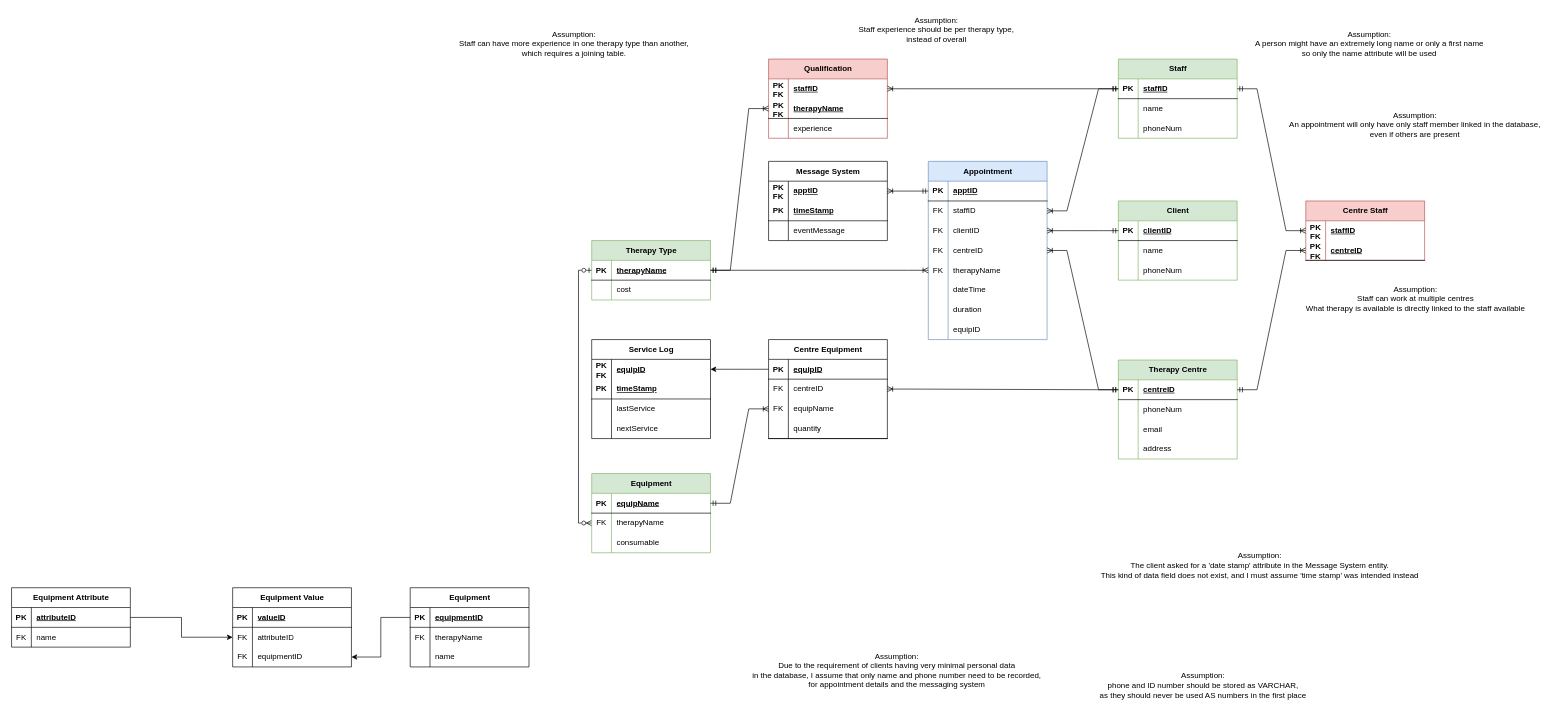
Earlier version of the draw.io diagram Task3a.drawio (Cowsox/Cowsox). Source tidied: cells renumbered, new cells numbered last; positions are measured from the earlier drawing's top-left corner, leaving out a move shared by most shapes. Both pictures are drawn from the tidied source at 66%, with x=0, y=0 at pixel (11, 11).
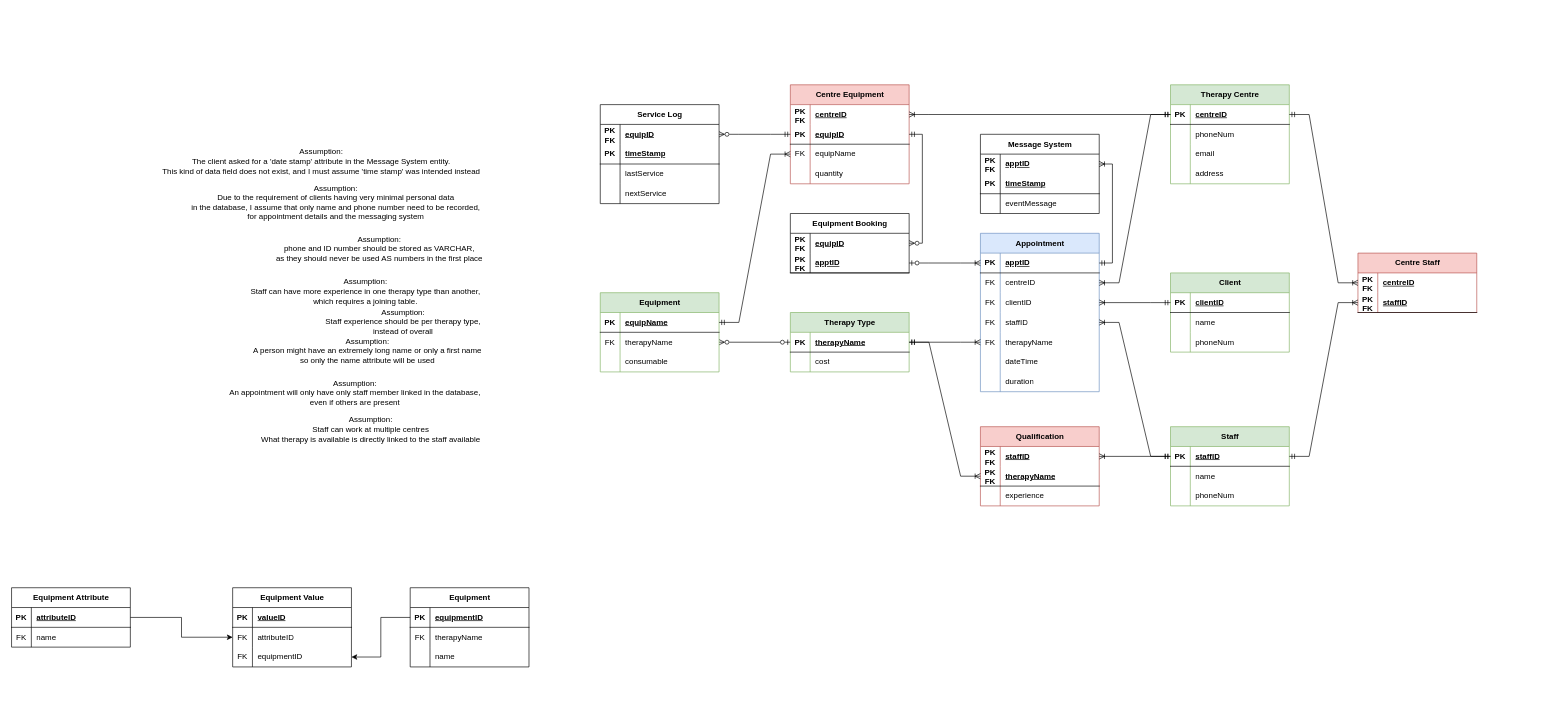
Above is the later version.

The change refers to these unchanged cells:
```xml
<mxCell id="44" style="shape=tableRow;horizontal=0;startSize=0;swimlaneHead=0;swimlaneBody=0;fillColor=none;points=[[0,0.5],[1,0.5]];portConstraint=eastwest;top=0;left=0;right=0;bottom=1;" parent="43" vertex="1">
  <mxGeometry y="30" width="180" height="30" as="geometry" />
</mxCell>
<mxCell id="104" style="shape=tableRow;horizontal=0;startSize=0;swimlaneHead=0;swimlaneBody=0;fillColor=none;points=[[0,0.5],[1,0.5]];portConstraint=eastwest;top=0;left=0;right=0;bottom=0;" parent="103" vertex="1">
  <mxGeometry y="30" width="180" height="30" as="geometry" />
</mxCell>
<mxCell id="120" style="shape=tableRow;horizontal=0;startSize=0;swimlaneHead=0;swimlaneBody=0;fillColor=none;points=[[0,0.5],[1,0.5]];portConstraint=eastwest;top=0;left=0;right=0;bottom=0;" parent="116" vertex="1">
  <mxGeometry y="60" width="180" height="30" as="geometry" />
</mxCell>
<mxCell id="165" style="shape=tableRow;horizontal=0;startSize=0;swimlaneHead=0;swimlaneBody=0;fillColor=none;points=[[0,0.5],[1,0.5]];portConstraint=eastwest;top=0;left=0;right=0;bottom=0;" parent="164" vertex="1">
  <mxGeometry y="30" width="180" height="30" as="geometry" />
</mxCell>
```

The edit, as a diff of the source:
```diff
@@
     <mxCell id="2" value="Client" style="shape=table;startSize=30;childLayout=tableLayout;rowLines=0;fontStyle=1;align=center;html=1;fillColor=#d5e8d4;strokeColor=#82b366;" parent="1" vertex="1">
-      <mxGeometry x="1677" y="287" width="180" height="120" as="geometry" />
+      <mxGeometry x="1756" y="396" width="180" height="120" as="geometry" />
     </mxCell>
@@
     <mxCell id="12" value="Staff" style="shape=table;startSize=30;childLayout=tableLayout;rowLines=0;fontStyle=1;align=center;html=1;fillColor=#d5e8d4;strokeColor=#82b366;" parent="1" vertex="1">
-      <mxGeometry x="1677" y="72" width="180" height="120" as="geometry" />
+      <mxGeometry x="1756" y="629" width="180" height="120" as="geometry" />
     </mxCell>
@@
     <mxCell id="22" value="Therapy Centre" style="shape=table;startSize=30;childLayout=tableLayout;rowLines=0;fontStyle=1;align=center;html=1;fillColor=#d5e8d4;strokeColor=#82b366;" parent="1" vertex="1">
-      <mxGeometry x="1677" y="528" width="180" height="150" as="geometry" />
+      <mxGeometry x="1756" y="111" width="180" height="150" as="geometry" />
     </mxCell>
@@
-    <mxCell id="35" style="edgeStyle=orthogonalEdgeStyle;rounded=0;jettySize=auto;html=1;exitX=0;exitY=0.5;exitDx=0;exitDy=0;startArrow=ERzeroToOne;startFill=0;endArrow=ERzeroToMany;endFill=0;entryX=0;entryY=0.5;entryDx=0;entryDy=0;" parent="1" edge="1" source="36" target="120">
+    <mxCell id="35" style="edgeStyle=orthogonalEdgeStyle;rounded=0;jettySize=auto;html=1;exitX=0;exitY=0.5;exitDx=0;exitDy=0;startArrow=ERzeroToOne;startFill=0;endArrow=ERzeroToMany;endFill=0;entryX=1;entryY=0.5;entryDx=0;entryDy=0;" parent="1" edge="1" source="36" target="120">
       <mxGeometry relative="1" as="geometry" />
     </mxCell>
     <mxCell id="36" value="Therapy Type" style="shape=table;startSize=30;childLayout=tableLayout;rowLines=0;fontStyle=1;align=center;html=1;fillColor=#d5e8d4;strokeColor=#82b366;" parent="1" vertex="1">
-      <mxGeometry x="879" y="347" width="180" height="90" as="geometry" />
+      <mxGeometry x="1180" y="456" width="180" height="90" as="geometry" />
     </mxCell>
@@
     <mxCell id="43" value="Appointment" style="shape=table;startSize=30;childLayout=tableLayout;rowLines=0;fontStyle=1;align=center;html=1;fillColor=#dae8fc;strokeColor=#6c8ebf;" parent="1" vertex="1">
-      <mxGeometry x="1389" y="227" width="180" height="270" as="geometry" />
+      <mxGeometry x="1468" y="336" width="180" height="240" as="geometry" />
     </mxCell>
@@
+    <mxCell id="53" style="shape=tableRow;horizontal=0;startSize=0;swimlaneHead=0;swimlaneBody=0;fillColor=none;points=[[0,0.5],[1,0.5]];portConstraint=eastwest;top=0;left=0;right=0;bottom=0;" parent="43" vertex="1">
+      <mxGeometry y="60" width="180" height="30" as="geometry" />
+    </mxCell>
+    <mxCell id="54" value="FK" style="shape=partialRectangle;fillColor=none;top=0;left=0;bottom=0;right=0;overflow=hidden;whiteSpace=wrap;html=1;" parent="53" vertex="1">
+      <mxGeometry width="30" height="30" as="geometry" />
+    </mxCell>
+    <mxCell id="55" value="centreID" style="shape=partialRectangle;fillColor=none;top=0;left=0;bottom=0;right=0;align=left;spacingLeft=6;overflow=hidden;whiteSpace=wrap;html=1;" parent="53" vertex="1">
+      <mxGeometry x="30" width="150" height="30" as="geometry" />
+    </mxCell>
+    <mxCell id="50" style="shape=tableRow;horizontal=0;startSize=0;swimlaneHead=0;swimlaneBody=0;fillColor=none;points=[[0,0.5],[1,0.5]];portConstraint=eastwest;top=0;left=0;right=0;bottom=0;" parent="43" vertex="1">
+      <mxGeometry y="90" width="180" height="30" as="geometry" />
+    </mxCell>
+    <mxCell id="51" value="FK" style="shape=partialRectangle;fillColor=none;top=0;left=0;bottom=0;right=0;overflow=hidden;whiteSpace=wrap;html=1;" parent="50" vertex="1">
+      <mxGeometry width="30" height="30" as="geometry" />
+    </mxCell>
+    <mxCell id="52" value="clientID" style="shape=partialRectangle;fillColor=none;top=0;left=0;bottom=0;right=0;align=left;spacingLeft=6;overflow=hidden;whiteSpace=wrap;html=1;" parent="50" vertex="1">
+      <mxGeometry x="30" width="150" height="30" as="geometry" />
+    </mxCell>
     <mxCell id="47" style="shape=tableRow;horizontal=0;startSize=0;swimlaneHead=0;swimlaneBody=0;fillColor=none;points=[[0,0.5],[1,0.5]];portConstraint=eastwest;top=0;left=0;right=0;bottom=0;" parent="43" vertex="1">
-      <mxGeometry y="60" width="180" height="30" as="geometry" />
+      <mxGeometry y="120" width="180" height="30" as="geometry" />
     </mxCell>
@@
-    <mxCell id="50" style="shape=tableRow;horizontal=0;startSize=0;swimlaneHead=0;swimlaneBody=0;fillColor=none;points=[[0,0.5],[1,0.5]];portConstraint=eastwest;top=0;left=0;right=0;bottom=0;" parent="43" vertex="1">
-      <mxGeometry y="90" width="180" height="30" as="geometry" />
-    </mxCell>
-    <mxCell id="51" value="FK" style="shape=partialRectangle;fillColor=none;top=0;left=0;bottom=0;right=0;overflow=hidden;whiteSpace=wrap;html=1;" parent="50" vertex="1">
-      <mxGeometry width="30" height="30" as="geometry" />
-    </mxCell>
-    <mxCell id="52" value="clientID" style="shape=partialRectangle;fillColor=none;top=0;left=0;bottom=0;right=0;align=left;spacingLeft=6;overflow=hidden;whiteSpace=wrap;html=1;" parent="50" vertex="1">
-      <mxGeometry x="30" width="150" height="30" as="geometry" />
-    </mxCell>
-    <mxCell id="53" style="shape=tableRow;horizontal=0;startSize=0;swimlaneHead=0;swimlaneBody=0;fillColor=none;points=[[0,0.5],[1,0.5]];portConstraint=eastwest;top=0;left=0;right=0;bottom=0;" parent="43" vertex="1">
-      <mxGeometry y="120" width="180" height="30" as="geometry" />
-    </mxCell>
-    <mxCell id="54" value="FK" style="shape=partialRectangle;fillColor=none;top=0;left=0;bottom=0;right=0;overflow=hidden;whiteSpace=wrap;html=1;" parent="53" vertex="1">
-      <mxGeometry width="30" height="30" as="geometry" />
-    </mxCell>
-    <mxCell id="55" value="centreID" style="shape=partialRectangle;fillColor=none;top=0;left=0;bottom=0;right=0;align=left;spacingLeft=6;overflow=hidden;whiteSpace=wrap;html=1;" parent="53" vertex="1">
-      <mxGeometry x="30" width="150" height="30" as="geometry" />
-    </mxCell>
@@
-    <mxCell id="65" style="shape=tableRow;horizontal=0;startSize=0;swimlaneHead=0;swimlaneBody=0;fillColor=none;top=0;left=0;right=0;bottom=0;" parent="43" vertex="1">
-      <mxGeometry y="240" width="180" height="30" as="geometry" />
-    </mxCell>
-    <mxCell id="66" style="shape=partialRectangle;fillColor=none;top=0;left=0;bottom=0;right=0;overflow=hidden;whiteSpace=wrap;html=1;" parent="65" vertex="1">
-      <mxGeometry width="30" height="30" as="geometry" />
-    </mxCell>
-    <mxCell id="67" value="equipID" style="shape=partialRectangle;fillColor=none;top=0;left=0;bottom=0;right=0;align=left;spacingLeft=6;overflow=hidden;whiteSpace=wrap;html=1;" parent="65" vertex="1">
-      <mxGeometry x="30" width="150" height="30" as="geometry" />
-    </mxCell>
     <mxCell id="68" value="Centre Staff" style="shape=table;startSize=30;childLayout=tableLayout;rowLines=0;fontStyle=1;align=center;html=1;fillColor=#f8cecc;strokeColor=#b85450;" parent="1" vertex="1">
-      <mxGeometry x="1961" y="287" width="180" height="90" as="geometry" />
+      <mxGeometry x="2040" y="366" width="180" height="90" as="geometry" />
     </mxCell>
+    <mxCell id="72" style="shape=tableRow;horizontal=0;startSize=0;swimlaneHead=0;swimlaneBody=0;fillColor=none;points=[[0,0.5],[1,0.5]];portConstraint=eastwest;top=0;left=0;right=0;bottom=0;" parent="68" vertex="1">
+      <mxGeometry y="30" width="180" height="30" as="geometry" />
+    </mxCell>
+    <mxCell id="73" value="PK FK" style="shape=partialRectangle;fillColor=none;top=0;left=0;bottom=0;right=0;fontStyle=1;overflow=hidden;whiteSpace=wrap;html=1;" parent="72" vertex="1">
+      <mxGeometry width="30" height="30" as="geometry" />
+    </mxCell>
+    <mxCell id="74" value="centreID" style="shape=partialRectangle;fillColor=none;top=0;left=0;bottom=0;right=0;align=left;spacingLeft=6;fontStyle=5;overflow=hidden;whiteSpace=wrap;html=1;" parent="72" vertex="1">
+      <mxGeometry x="30" width="150" height="30" as="geometry" />
+    </mxCell>
-    <mxCell id="69" style="shape=tableRow;horizontal=0;startSize=0;swimlaneHead=0;swimlaneBody=0;fillColor=none;points=[[0,0.5],[1,0.5]];portConstraint=eastwest;top=0;left=0;right=0;bottom=0;" parent="68" vertex="1">
-      <mxGeometry y="30" width="180" height="30" as="geometry" />
+    <mxCell id="69" style="shape=tableRow;horizontal=0;startSize=0;swimlaneHead=0;swimlaneBody=0;fillColor=none;points=[[0,0.5],[1,0.5]];portConstraint=eastwest;top=0;left=0;right=0;bottom=1;" parent="68" vertex="1">
+      <mxGeometry y="60" width="180" height="30" as="geometry" />
     </mxCell>
@@
-    <mxCell id="72" style="shape=tableRow;horizontal=0;startSize=0;swimlaneHead=0;swimlaneBody=0;fillColor=none;points=[[0,0.5],[1,0.5]];portConstraint=eastwest;top=0;left=0;right=0;bottom=1;" parent="68" vertex="1">
-      <mxGeometry y="60" width="180" height="30" as="geometry" />
-    </mxCell>
-    <mxCell id="73" value="PK FK" style="shape=partialRectangle;fillColor=none;top=0;left=0;bottom=0;right=0;fontStyle=1;overflow=hidden;whiteSpace=wrap;html=1;" parent="72" vertex="1">
-      <mxGeometry width="30" height="30" as="geometry" />
-    </mxCell>
-    <mxCell id="74" value="centreID" style="shape=partialRectangle;fillColor=none;top=0;left=0;bottom=0;right=0;align=left;spacingLeft=6;fontStyle=5;overflow=hidden;whiteSpace=wrap;html=1;" parent="72" vertex="1">
-      <mxGeometry x="30" width="150" height="30" as="geometry" />
-    </mxCell>
@@
-    <mxCell id="78" value="Centre Equipment" style="shape=table;startSize=30;childLayout=tableLayout;rowLines=0;fontStyle=1;align=center;html=1;" parent="1" vertex="1">
-      <mxGeometry x="1147" y="497" width="180" height="150" as="geometry" />
+    <mxCell id="78" value="Centre Equipment" style="shape=table;startSize=30;childLayout=tableLayout;rowLines=0;fontStyle=1;align=center;html=1;fillColor=#f8cecc;strokeColor=#b85450;" parent="1" vertex="1">
+      <mxGeometry x="1180" y="111" width="180" height="150" as="geometry" />
     </mxCell>
+    <mxCell id="82" style="shape=tableRow;horizontal=0;startSize=0;swimlaneHead=0;swimlaneBody=0;fillColor=none;points=[[0,0.5],[1,0.5]];portConstraint=eastwest;top=0;left=0;right=0;bottom=0;" parent="78" vertex="1">
+      <mxGeometry y="30" width="180" height="30" as="geometry" />
+    </mxCell>
+    <mxCell id="83" value="&lt;span style=&quot;&quot;&gt;PK FK&lt;/span&gt;" style="shape=partialRectangle;fillColor=none;top=0;left=0;bottom=0;right=0;fontStyle=1;overflow=hidden;whiteSpace=wrap;html=1;" parent="82" vertex="1">
+      <mxGeometry width="30" height="30" as="geometry" />
+    </mxCell>
+    <mxCell id="84" value="&lt;span style=&quot;&quot;&gt;centreID&lt;/span&gt;" style="shape=partialRectangle;fillColor=none;top=0;left=0;bottom=0;right=0;align=left;spacingLeft=6;fontStyle=5;overflow=hidden;whiteSpace=wrap;html=1;" parent="82" vertex="1">
+      <mxGeometry x="30" width="150" height="30" as="geometry" />
+    </mxCell>
     <mxCell id="79" style="shape=tableRow;horizontal=0;startSize=0;swimlaneHead=0;swimlaneBody=0;fillColor=none;points=[[0,0.5],[1,0.5]];portConstraint=eastwest;top=0;left=0;right=0;bottom=1;" parent="78" vertex="1">
-      <mxGeometry y="30" width="180" height="30" as="geometry" />
+      <mxGeometry y="60" width="180" height="30" as="geometry" />
     </mxCell>
@@
-    <mxCell id="82" style="shape=tableRow;horizontal=0;startSize=0;swimlaneHead=0;swimlaneBody=0;fillColor=none;points=[[0,0.5],[1,0.5]];portConstraint=eastwest;top=0;left=0;right=0;bottom=0;" parent="78" vertex="1">
-      <mxGeometry y="60" width="180" height="30" as="geometry" />
-    </mxCell>
-    <mxCell id="83" value="&lt;span style=&quot;font-weight: normal;&quot;&gt;FK&lt;/span&gt;" style="shape=partialRectangle;fillColor=none;top=0;left=0;bottom=0;right=0;fontStyle=1;overflow=hidden;whiteSpace=wrap;html=1;" parent="82" vertex="1">
-      <mxGeometry width="30" height="30" as="geometry" />
-    </mxCell>
-    <mxCell id="84" value="&lt;span style=&quot;font-weight: normal;&quot;&gt;centreID&lt;/span&gt;" style="shape=partialRectangle;fillColor=none;top=0;left=0;bottom=0;right=0;align=left;spacingLeft=6;fontStyle=1;overflow=hidden;whiteSpace=wrap;html=1;" parent="82" vertex="1">
-      <mxGeometry x="30" width="150" height="30" as="geometry" />
-    </mxCell>
@@
-    <mxCell id="88" style="shape=tableRow;horizontal=0;startSize=0;swimlaneHead=0;swimlaneBody=0;fillColor=none;top=0;left=0;right=0;bottom=1;" parent="78" vertex="1">
+    <mxCell id="88" style="shape=tableRow;horizontal=0;startSize=0;swimlaneHead=0;swimlaneBody=0;fillColor=none;top=0;left=0;right=0;bottom=0;" parent="78" vertex="1">
       <mxGeometry y="120" width="180" height="30" as="geometry" />
     </mxCell>
@@
     <mxCell id="91" value="Qualification" style="shape=table;startSize=30;childLayout=tableLayout;rowLines=0;fontStyle=1;align=center;html=1;fillColor=#f8cecc;strokeColor=#b85450;" parent="1" vertex="1">
-      <mxGeometry x="1147" y="72" width="180" height="120" as="geometry" />
+      <mxGeometry x="1468" y="629" width="180" height="120" as="geometry" />
     </mxCell>
@@
     <mxCell id="103" value="Service Log" style="shape=table;startSize=30;childLayout=tableLayout;rowLines=0;fontStyle=1;align=center;html=1;" parent="1" vertex="1">
-      <mxGeometry x="879" y="497" width="180" height="150" as="geometry" />
+      <mxGeometry x="892" y="141" width="180" height="150" as="geometry" />
     </mxCell>
@@
     <mxCell id="116" value="Equipment" style="shape=table;startSize=30;childLayout=tableLayout;rowLines=0;fontStyle=1;align=center;html=1;fillColor=#d5e8d4;strokeColor=#82b366;" parent="1" vertex="1">
-      <mxGeometry x="879" y="700" width="180" height="120" as="geometry" />
+      <mxGeometry x="892" y="426" width="180" height="120" as="geometry" />
     </mxCell>
@@
     <mxCell id="131" value="&lt;div&gt;Assumption:&lt;/div&gt;&lt;div&gt;An appointment will only have only staff member linked in the database,&lt;/div&gt;&lt;div&gt;even if others are present&lt;br&gt;&lt;/div&gt;" style="text;html=1;align=center;verticalAlign=middle;strokeColor=none;fillColor=none;" parent="1" vertex="1">
-      <mxGeometry x="1927" y="144" width="398" height="55" as="geometry" />
+      <mxGeometry x="321" y="550" width="398" height="55" as="geometry" />
     </mxCell>
     <mxCell id="132" value="&lt;div&gt;Assumption:&lt;/div&gt;&lt;div&gt;Staff can have more experience in one therapy type than another,&lt;/div&gt;&lt;div&gt;which requires a joining table.&lt;br&gt;&lt;/div&gt;" style="text;html=1;align=center;verticalAlign=middle;strokeColor=none;fillColor=none;" parent="1" vertex="1">
-      <mxGeometry x="669" y="21.5" width="366" height="55" as="geometry" />
+      <mxGeometry x="353" y="396" width="366" height="55" as="geometry" />
     </mxCell>
     <mxCell id="133" value="&lt;div&gt;Assumption:&lt;/div&gt;&lt;div&gt;Staff can work at multiple centres&lt;/div&gt;&lt;div&gt;What therapy is available is directly linked to the staff available&lt;br&gt;&lt;/div&gt;" style="text;html=1;align=center;verticalAlign=middle;strokeColor=none;fillColor=none;" parent="1" vertex="1">
-      <mxGeometry x="1952" y="407" width="350" height="55" as="geometry" />
+      <mxGeometry x="369" y="605" width="350" height="55" as="geometry" />
     </mxCell>
@@
     <mxCell id="163" value="Assumption:&lt;div&gt;Staff experience should be per therapy type,&lt;/div&gt;&lt;div&gt;instead of overall&lt;/div&gt;" style="text;html=1;align=center;verticalAlign=middle;strokeColor=none;fillColor=none;" parent="1" vertex="1">
-      <mxGeometry x="1274" width="253" height="55" as="geometry" />
+      <mxGeometry x="466" y="442" width="253" height="55" as="geometry" />
     </mxCell>
     <mxCell id="164" value="Message System" style="shape=table;startSize=30;childLayout=tableLayout;rowLines=0;fontStyle=1;align=center;html=1;" parent="1" vertex="1">
-      <mxGeometry x="1147" y="227" width="180" height="120" as="geometry" />
+      <mxGeometry x="1468" y="186" width="180" height="120" as="geometry" />
     </mxCell>
@@
     <mxCell id="174" value="Assumption:&lt;div&gt;The client asked for a 'date stamp' attribute in the Message System entity.&lt;/div&gt;&lt;div&gt;This kind of data field does not exist, and I must assume 'time stamp' was intended instead&lt;/div&gt;" style="text;html=1;align=center;verticalAlign=middle;strokeColor=none;fillColor=none;" parent="1" vertex="1">
-      <mxGeometry x="1641" y="811" width="500" height="55" as="geometry" />
+      <mxGeometry x="219" y="199" width="500" height="55" as="geometry" />
     </mxCell>
     <mxCell id="175" value="Assumption:&lt;div&gt;Due to the requirement of clients having very minimal personal data&lt;/div&gt;&lt;div&gt;in the database, I assume that only name and phone number need to be recorded,&lt;/div&gt;&lt;div&gt;for appointment details and the messaging system&lt;/div&gt;" style="text;html=1;align=center;verticalAlign=middle;strokeColor=none;fillColor=none;" parent="1" vertex="1">
-      <mxGeometry x="1113" y="963" width="456" height="70" as="geometry" />
+      <mxGeometry x="263" y="254" width="456" height="70" as="geometry" />
     </mxCell>
     <mxCell id="176" value="Assumption:&lt;div&gt;phone and ID number should be stored as VARCHAR,&lt;/div&gt;&lt;div&gt;as they should never be used AS numbers in the first place&lt;/div&gt;" style="text;html=1;align=center;verticalAlign=middle;strokeColor=none;fillColor=none;" parent="1" vertex="1">
-      <mxGeometry x="1643" y="985" width="324" height="72" as="geometry" />
+      <mxGeometry x="395" y="324" width="324" height="72" as="geometry" />
     </mxCell>
     <mxCell id="177" value="Assumption:&lt;div&gt;A person might have an extremely long name or only a first name&lt;/div&gt;&lt;div&gt;so only the name attribute will be used&lt;/div&gt;" style="text;html=1;align=center;verticalAlign=middle;strokeColor=none;fillColor=none;" parent="1" vertex="1">
-      <mxGeometry x="1877" y="13" width="360" height="72" as="geometry" />
+      <mxGeometry x="359" y="478" width="360" height="72" as="geometry" />
     </mxCell>
-    <mxCell id="178" style="edgeStyle=entityRelationEdgeStyle;rounded=0;jettySize=auto;html=1;exitX=0;exitY=0.5;exitDx=0;exitDy=0;entryX=1;entryY=0.5;entryDx=0;entryDy=0;" parent="1" edge="1" source="79" target="104">
+    <mxCell id="178" style="edgeStyle=entityRelationEdgeStyle;rounded=0;jettySize=auto;html=1;exitX=0;exitY=0.5;exitDx=0;exitDy=0;entryX=1;entryY=0.5;entryDx=0;entryDy=0;endArrow=ERzeroToMany;endFill=0;startArrow=ERmandOne;startFill=0;" parent="1" edge="1" source="79" target="104">
       <mxGeometry relative="1" as="geometry" />
     </mxCell>
-    <mxCell id="179" style="edgeStyle=orthogonalEdgeStyle;rounded=0;jettySize=auto;html=1;exitX=0;exitY=0.5;exitDx=0;exitDy=0;entryX=1;entryY=0.5;entryDx=0;entryDy=0;endArrow=ERoneToMany;endFill=0;startArrow=ERmandOne;startFill=0;" parent="1" edge="1" source="44" target="165">
+    <mxCell id="179" style="edgeStyle=orthogonalEdgeStyle;rounded=0;jettySize=auto;html=1;exitX=1;exitY=0.5;exitDx=0;exitDy=0;entryX=1;entryY=0.5;entryDx=0;entryDy=0;endArrow=ERoneToMany;endFill=0;startArrow=ERmandOne;startFill=0;" parent="1" edge="1" source="44" target="165">
       <mxGeometry relative="1" as="geometry" />
     </mxCell>
+    <mxCell id="180" value="Equipment Booking" style="shape=table;startSize=30;childLayout=tableLayout;rowLines=0;fontStyle=1;align=center;html=1;" parent="1" vertex="1">
+      <mxGeometry x="1180" y="306" width="180" height="90" as="geometry" />
+    </mxCell>
+    <mxCell id="181" style="shape=tableRow;horizontal=0;startSize=0;swimlaneHead=0;swimlaneBody=0;fillColor=none;points=[[0,0.5],[1,0.5]];portConstraint=eastwest;top=0;left=0;right=0;bottom=0;" parent="180" vertex="1">
+      <mxGeometry y="30" width="180" height="30" as="geometry" />
+    </mxCell>
+    <mxCell id="182" value="PK FK" style="shape=partialRectangle;fillColor=none;top=0;left=0;bottom=0;right=0;fontStyle=1;overflow=hidden;whiteSpace=wrap;html=1;" parent="181" vertex="1">
+      <mxGeometry width="30" height="30" as="geometry" />
+    </mxCell>
+    <mxCell id="67" value="equipID" style="shape=partialRectangle;fillColor=none;top=0;left=0;bottom=0;right=0;align=left;spacingLeft=6;fontStyle=5;overflow=hidden;whiteSpace=wrap;html=1;" parent="181" vertex="1">
+      <mxGeometry x="30" width="150" height="30" as="geometry" />
+    </mxCell>
+    <mxCell id="183" style="shape=tableRow;horizontal=0;startSize=0;swimlaneHead=0;swimlaneBody=0;fillColor=none;points=[[0,0.5],[1,0.5]];portConstraint=eastwest;top=0;left=0;right=0;bottom=1;" parent="180" vertex="1">
+      <mxGeometry y="60" width="180" height="30" as="geometry" />
+    </mxCell>
+    <mxCell id="184" value="PK FK" style="shape=partialRectangle;fillColor=none;top=0;left=0;bottom=0;right=0;fontStyle=1;overflow=hidden;whiteSpace=wrap;html=1;" parent="183" vertex="1">
+      <mxGeometry width="30" height="30" as="geometry" />
+    </mxCell>
+    <mxCell id="185" value="apptID" style="shape=partialRectangle;fillColor=none;top=0;left=0;bottom=0;right=0;align=left;spacingLeft=6;fontStyle=5;overflow=hidden;whiteSpace=wrap;html=1;" parent="183" vertex="1">
+      <mxGeometry x="30" width="150" height="30" as="geometry" />
+    </mxCell>
+    <mxCell id="186" style="edgeStyle=orthogonalEdgeStyle;rounded=0;jettySize=auto;html=1;exitX=1;exitY=0.5;exitDx=0;exitDy=0;entryX=1;entryY=0.5;entryDx=0;entryDy=0;endArrow=ERzeroToMany;endFill=0;startArrow=ERmandOne;startFill=0;" parent="1" edge="1" source="79" target="181">
+      <mxGeometry relative="1" as="geometry" />
+    </mxCell>
+    <mxCell id="187" style="edgeStyle=entityRelationEdgeStyle;rounded=0;jettySize=auto;html=1;exitX=1;exitY=0.5;exitDx=0;exitDy=0;entryX=0;entryY=0.5;entryDx=0;entryDy=0;endArrow=ERoneToMany;endFill=0;startArrow=ERzeroToOne;startFill=0;" parent="1" edge="1" source="183" target="44">
+      <mxGeometry relative="1" as="geometry" />
+    </mxCell>
```
